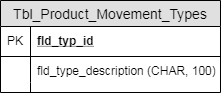
The draw.io diagram documentation/Product Movement Type Entity.png in Djsiclait/MiniMarketInventoryManagement, before a commit. Source tidied: cells renumbered, new cells last; positions are measured from the earlier drawing's top-left corner, leaving out a move shared by most shapes.
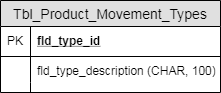
The same file after the commit.

Commit message:
Modify product movement type entity

Diff of the diagram source:
```diff
@@ -5,7 +5,7 @@
     <mxCell id="2" value="Tbl_Product_Movement_Types" style="swimlane;fontStyle=0;horizontal=1;startSize=26;fillColor=#e0e0e0;swimlaneFillColor=#ffffff;align=center;fontSize=14;" parent="1" vertex="1">
       <mxGeometry width="220" height="92" as="geometry" />
     </mxCell>
-    <mxCell id="3" value="fld_typ_id" style="shape=partialRectangle;top=0;left=0;right=0;bottom=1;align=left;verticalAlign=middle;fillColor=none;spacingLeft=34;spacingRight=4;overflow=hidden;fontStyle=5;fontSize=12;" parent="2" vertex="1">
+    <mxCell id="3" value="fld_type_id" style="shape=partialRectangle;top=0;left=0;right=0;bottom=1;align=left;verticalAlign=middle;fillColor=none;spacingLeft=34;spacingRight=4;overflow=hidden;fontStyle=5;fontSize=12;" parent="2" vertex="1">
       <mxGeometry y="26" width="220" height="30" as="geometry" />
     </mxCell>
     <mxCell id="4" value="PK" style="shape=partialRectangle;top=0;left=0;bottom=0;fillColor=none;align=left;verticalAlign=middle;spacingLeft=4;spacingRight=4;overflow=hidden;fontSize=12;" parent="3" vertex="1">
```
